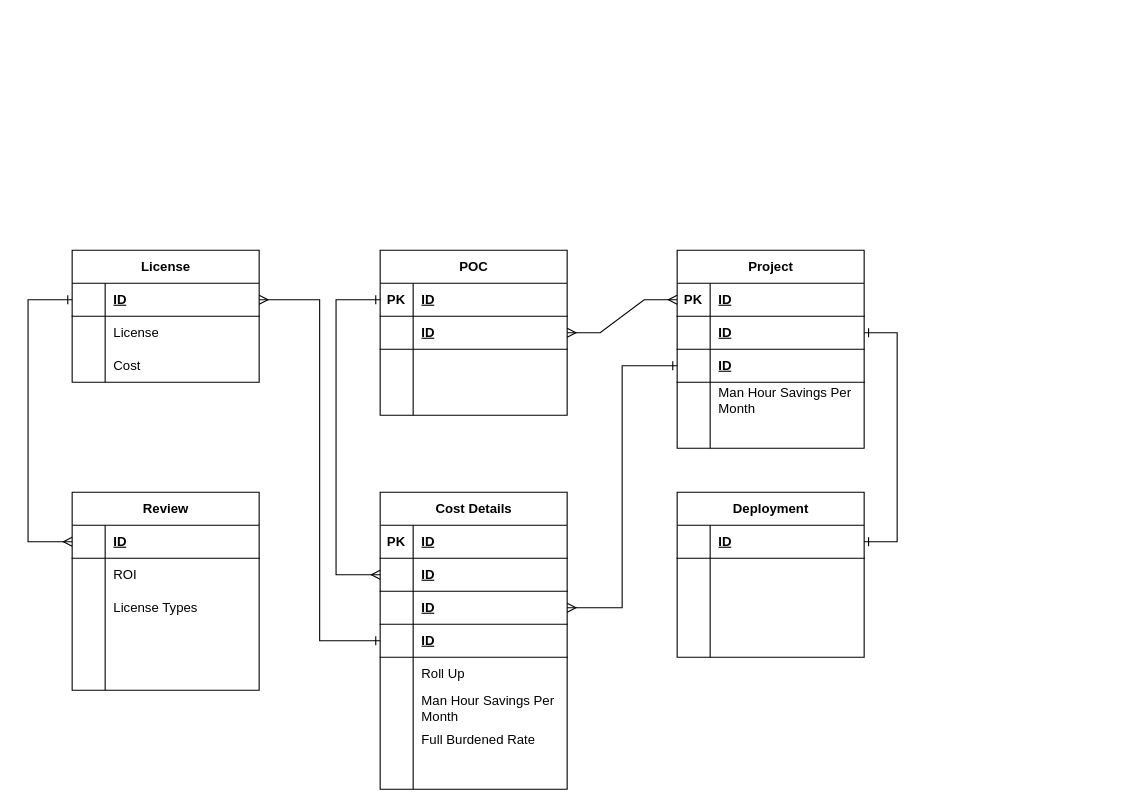
Before: page "Option-3" (3 of 4) of erd-projint-01.drawio in josjreyes/ProjectIntake, a draw.io diagram. Source tidied: cells renumbered, new cells numbered last; positions are measured from the earlier drawing's top-left corner, leaving out a move shared by most shapes. Both pictures are drawn from the tidied source at 110%, with x=0, y=0 at pixel (28, 250).
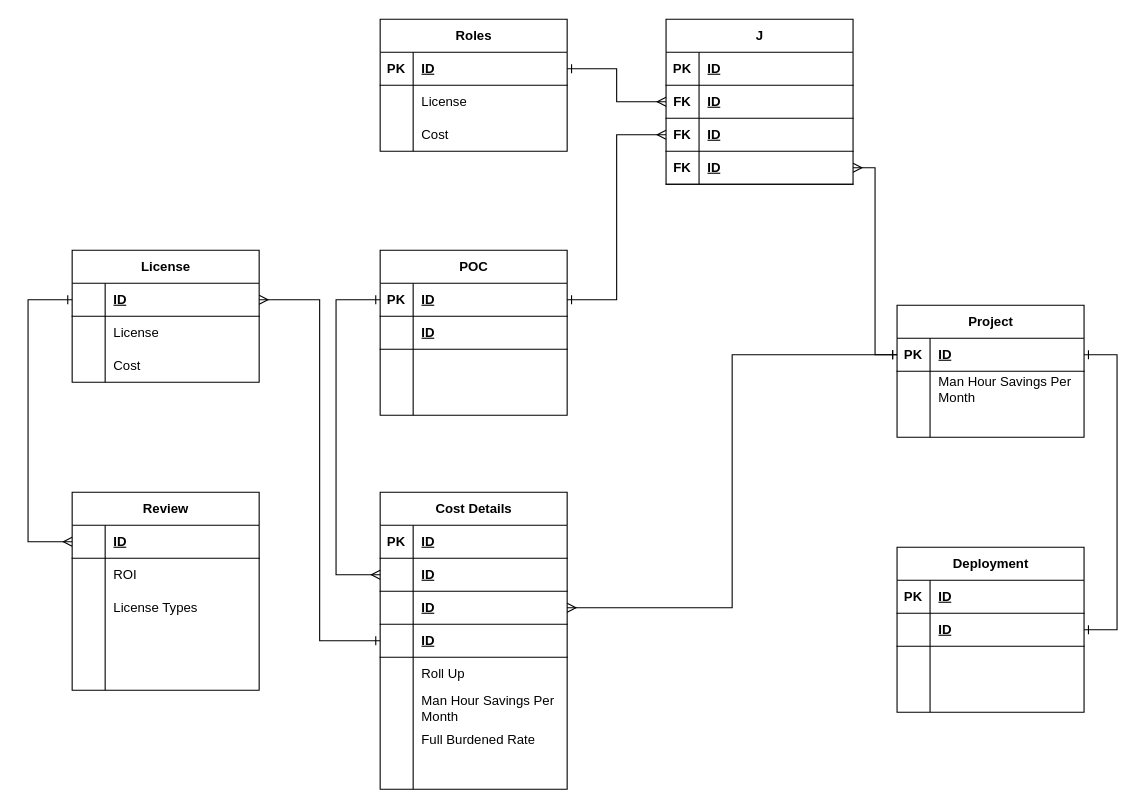
After the change.

Unchanged cells that the change refers to:
```xml
<mxCell id="3" style="shape=tableRow;horizontal=0;startSize=0;swimlaneHead=0;swimlaneBody=0;fillColor=none;points=[[0,0.5],[1,0.5]];portConstraint=eastwest;top=0;left=0;right=0;bottom=1;" parent="2" vertex="1">
  <mxGeometry y="30" width="170" height="30" as="geometry" />
</mxCell>
<mxCell id="36" style="shape=tableRow;horizontal=0;startSize=0;swimlaneHead=0;swimlaneBody=0;fillColor=none;points=[[0,0.5],[1,0.5]];portConstraint=eastwest;top=0;left=0;right=0;bottom=1;" parent="29" vertex="1">
  <mxGeometry y="90" width="170" height="30" as="geometry" />
</mxCell>
<mxCell id="55" style="shape=tableRow;horizontal=0;startSize=0;swimlaneHead=0;swimlaneBody=0;fillColor=none;points=[[0,0.5],[1,0.5]];portConstraint=eastwest;top=0;left=0;right=0;bottom=1;" parent="54" vertex="1">
  <mxGeometry y="30" width="170" height="30" as="geometry" />
</mxCell>
<mxCell id="58" style="shape=tableRow;horizontal=0;startSize=0;swimlaneHead=0;swimlaneBody=0;fillColor=none;points=[[0,0.5],[1,0.5]];portConstraint=eastwest;top=0;left=0;right=0;bottom=1;" parent="54" vertex="1">
  <mxGeometry y="60" width="170" height="30" as="geometry" />
</mxCell>
```

The edit, as a diff of the source:
```diff
@@
     <mxCell id="2" value="Project" style="shape=table;startSize=30;childLayout=tableLayout;rowLines=0;fontStyle=1;align=center;html=1;" parent="1" vertex="1">
-      <mxGeometry x="590.1" width="170" height="180" as="geometry" />
+      <mxGeometry x="790" y="50" width="170" height="120" as="geometry" />
     </mxCell>
@@
-    <mxCell id="6" style="shape=tableRow;horizontal=0;startSize=0;swimlaneHead=0;swimlaneBody=0;fillColor=none;points=[[0,0.5],[1,0.5]];portConstraint=eastwest;top=0;left=0;right=0;bottom=1;" parent="2" vertex="1">
-      <mxGeometry y="60" width="170" height="30" as="geometry" />
-    </mxCell>
-    <mxCell id="7" style="shape=partialRectangle;fillColor=none;top=0;left=0;bottom=0;right=0;fontStyle=1;overflow=hidden;whiteSpace=wrap;html=1;" parent="6" vertex="1">
-      <mxGeometry width="30" height="30" as="geometry" />
-    </mxCell>
-    <mxCell id="8" value="ID" style="shape=partialRectangle;fillColor=none;top=0;left=0;bottom=0;right=0;align=left;spacingLeft=6;fontStyle=5;overflow=hidden;whiteSpace=wrap;html=1;" parent="6" vertex="1">
-      <mxGeometry x="30" width="140" height="30" as="geometry" />
-    </mxCell>
-    <mxCell id="9" style="shape=tableRow;horizontal=0;startSize=0;swimlaneHead=0;swimlaneBody=0;fillColor=none;points=[[0,0.5],[1,0.5]];portConstraint=eastwest;top=0;left=0;right=0;bottom=1;" parent="2" vertex="1">
-      <mxGeometry y="90" width="170" height="30" as="geometry" />
-    </mxCell>
-    <mxCell id="10" style="shape=partialRectangle;fillColor=none;top=0;left=0;bottom=0;right=0;fontStyle=1;overflow=hidden;whiteSpace=wrap;html=1;" parent="9" vertex="1">
-      <mxGeometry width="30" height="30" as="geometry" />
-    </mxCell>
-    <mxCell id="11" value="ID" style="shape=partialRectangle;fillColor=none;top=0;left=0;bottom=0;right=0;align=left;spacingLeft=6;fontStyle=5;overflow=hidden;whiteSpace=wrap;html=1;" parent="9" vertex="1">
-      <mxGeometry x="30" width="140" height="30" as="geometry" />
-    </mxCell>
     <mxCell id="12" style="shape=tableRow;horizontal=0;startSize=0;swimlaneHead=0;swimlaneBody=0;fillColor=none;top=0;left=0;right=0;bottom=0;" parent="2" vertex="1">
-      <mxGeometry y="120" width="170" height="30" as="geometry" />
+      <mxGeometry y="60" width="170" height="30" as="geometry" />
     </mxCell>
@@
     <mxCell id="15" style="shape=tableRow;horizontal=0;startSize=0;swimlaneHead=0;swimlaneBody=0;fillColor=none;top=0;left=0;right=0;bottom=0;" parent="2" vertex="1">
-      <mxGeometry y="150" width="170" height="30" as="geometry" />
+      <mxGeometry y="90" width="170" height="30" as="geometry" />
     </mxCell>
@@
-    <mxCell id="18" style="edgeStyle=entityRelationEdgeStyle;fontSize=12;html=1;endArrow=ERmany;rounded=0;exitX=0;exitY=0.5;exitDx=0;exitDy=0;startArrow=ERmany;startFill=0;entryX=1;entryY=0.5;entryDx=0;entryDy=0;" parent="1" edge="1" source="3" target="58">
-      <mxGeometry relative="1" as="geometry" />
-    </mxCell>
@@
-    <mxCell id="67" style="edgeStyle=entityRelationEdgeStyle;fontSize=12;html=1;endArrow=ERone;startArrow=ERone;rounded=0;entryX=1;entryY=0.5;entryDx=0;entryDy=0;startFill=0;endFill=0;exitX=1;exitY=0.5;exitDx=0;exitDy=0;" parent="1" edge="1" source="69" target="6">
+    <mxCell id="67" style="edgeStyle=entityRelationEdgeStyle;fontSize=12;html=1;endArrow=ERone;startArrow=ERone;rounded=0;entryX=1;entryY=0.5;entryDx=0;entryDy=0;startFill=0;endFill=0;exitX=1;exitY=0.5;exitDx=0;exitDy=0;" parent="1" edge="1" source="69" target="3">
       <mxGeometry relative="1" as="geometry">
         <Array as="points">
-          <mxPoint x="680" y="775" />
-          <mxPoint x="430.1" y="270" />
-          <mxPoint x="670" y="775" />
+          <mxPoint x="879.9" y="825" />
+          <mxPoint x="630" y="320" />
+          <mxPoint x="869.9" y="825" />
         </Array>
       </mxGeometry>
     </mxCell>
     <mxCell id="68" value="Deployment" style="shape=table;startSize=30;childLayout=tableLayout;rowLines=0;fontStyle=1;align=center;html=1;" parent="1" vertex="1">
-      <mxGeometry x="590.1" y="220" width="170" height="150" as="geometry" />
+      <mxGeometry x="790" y="270" width="170" height="150" as="geometry" />
     </mxCell>
+    <mxCell id="101" style="shape=tableRow;horizontal=0;startSize=0;swimlaneHead=0;swimlaneBody=0;fillColor=none;top=0;left=0;right=0;bottom=1;" parent="68" vertex="1">
+      <mxGeometry y="30" width="170" height="30" as="geometry" />
+    </mxCell>
+    <mxCell id="102" value="PK" style="shape=partialRectangle;fillColor=none;top=0;left=0;bottom=0;right=0;fontStyle=1;overflow=hidden;whiteSpace=wrap;html=1;" parent="101" vertex="1">
+      <mxGeometry width="30" height="30" as="geometry" />
+    </mxCell>
+    <mxCell id="103" value="ID" style="shape=partialRectangle;fillColor=none;top=0;left=0;bottom=0;right=0;align=left;spacingLeft=6;fontStyle=5;overflow=hidden;whiteSpace=wrap;html=1;" parent="101" vertex="1">
+      <mxGeometry x="30" width="140" height="30" as="geometry" />
+    </mxCell>
     <mxCell id="69" style="shape=tableRow;horizontal=0;startSize=0;swimlaneHead=0;swimlaneBody=0;fillColor=none;points=[[0,0.5],[1,0.5]];portConstraint=eastwest;top=0;left=0;right=0;bottom=1;" parent="68" vertex="1">
-      <mxGeometry y="30" width="170" height="30" as="geometry" />
+      <mxGeometry y="60" width="170" height="30" as="geometry" />
     </mxCell>
@@
     <mxCell id="72" style="shape=tableRow;horizontal=0;startSize=0;swimlaneHead=0;swimlaneBody=0;fillColor=none;top=0;left=0;right=0;bottom=0;" parent="68" vertex="1">
-      <mxGeometry y="60" width="170" height="30" as="geometry" />
+      <mxGeometry y="90" width="170" height="30" as="geometry" />
     </mxCell>
@@
     <mxCell id="75" style="shape=tableRow;horizontal=0;startSize=0;swimlaneHead=0;swimlaneBody=0;fillColor=none;top=0;left=0;right=0;bottom=0;" parent="68" vertex="1">
-      <mxGeometry y="90" width="170" height="30" as="geometry" />
+      <mxGeometry y="120" width="170" height="30" as="geometry" />
     </mxCell>
@@
-    <mxCell id="78" style="shape=tableRow;horizontal=0;startSize=0;swimlaneHead=0;swimlaneBody=0;fillColor=none;top=0;left=0;right=0;bottom=0;" parent="68" vertex="1">
-      <mxGeometry y="120" width="170" height="30" as="geometry" />
-    </mxCell>
-    <mxCell id="79" style="shape=partialRectangle;fillColor=none;top=0;left=0;bottom=0;right=0;overflow=hidden;whiteSpace=wrap;html=1;" parent="78" vertex="1">
-      <mxGeometry width="30" height="30" as="geometry" />
-    </mxCell>
-    <mxCell id="80" style="shape=partialRectangle;fillColor=none;top=0;left=0;bottom=0;right=0;align=left;spacingLeft=6;overflow=hidden;whiteSpace=wrap;html=1;" parent="78" vertex="1">
-      <mxGeometry x="30" width="140" height="30" as="geometry" />
-    </mxCell>
-    <mxCell id="81" style="edgeStyle=orthogonalEdgeStyle;rounded=0;jettySize=auto;html=1;exitX=1;exitY=0.5;exitDx=0;exitDy=0;entryX=0;entryY=0.5;entryDx=0;entryDy=0;endArrow=ERone;endFill=0;startArrow=ERmany;startFill=0;" parent="1" edge="1" source="36" target="9">
+    <mxCell id="81" style="edgeStyle=orthogonalEdgeStyle;rounded=0;jettySize=auto;html=1;exitX=1;exitY=0.5;exitDx=0;exitDy=0;entryX=0;entryY=0.5;entryDx=0;entryDy=0;endArrow=ERone;endFill=0;startArrow=ERmany;startFill=0;" parent="1" edge="1" source="36" target="3">
       <mxGeometry relative="1" as="geometry" />
     </mxCell>
@@
+    <mxCell id="104" value="Roles" style="shape=table;startSize=30;childLayout=tableLayout;rowLines=0;fontStyle=1;align=center;html=1;" parent="1" vertex="1">
+      <mxGeometry x="320.1" y="-210" width="170" height="120" as="geometry" />
+    </mxCell>
+    <mxCell id="105" style="shape=tableRow;horizontal=0;startSize=0;swimlaneHead=0;swimlaneBody=0;fillColor=none;points=[[0,0.5],[1,0.5]];portConstraint=eastwest;top=0;left=0;right=0;bottom=1;" parent="104" vertex="1">
+      <mxGeometry y="30" width="170" height="30" as="geometry" />
+    </mxCell>
+    <mxCell id="106" value="PK" style="shape=partialRectangle;fillColor=none;top=0;left=0;bottom=0;right=0;fontStyle=1;overflow=hidden;whiteSpace=wrap;html=1;" parent="105" vertex="1">
+      <mxGeometry width="30" height="30" as="geometry" />
+    </mxCell>
+    <mxCell id="107" value="ID" style="shape=partialRectangle;fillColor=none;top=0;left=0;bottom=0;right=0;align=left;spacingLeft=6;fontStyle=5;overflow=hidden;whiteSpace=wrap;html=1;" parent="105" vertex="1">
+      <mxGeometry x="30" width="140" height="30" as="geometry" />
+    </mxCell>
+    <mxCell id="108" style="shape=tableRow;horizontal=0;startSize=0;swimlaneHead=0;swimlaneBody=0;fillColor=none;top=0;left=0;right=0;bottom=0;" parent="104" vertex="1">
+      <mxGeometry y="60" width="170" height="30" as="geometry" />
+    </mxCell>
+    <mxCell id="109" style="shape=partialRectangle;fillColor=none;top=0;left=0;bottom=0;right=0;overflow=hidden;whiteSpace=wrap;html=1;" parent="108" vertex="1">
+      <mxGeometry width="30" height="30" as="geometry" />
+    </mxCell>
+    <mxCell id="110" value="License" style="shape=partialRectangle;fillColor=none;top=0;left=0;bottom=0;right=0;align=left;spacingLeft=6;overflow=hidden;whiteSpace=wrap;html=1;" parent="108" vertex="1">
+      <mxGeometry x="30" width="140" height="30" as="geometry" />
+    </mxCell>
+    <mxCell id="111" style="shape=tableRow;horizontal=0;startSize=0;swimlaneHead=0;swimlaneBody=0;fillColor=none;top=0;left=0;right=0;bottom=0;" parent="104" vertex="1">
+      <mxGeometry y="90" width="170" height="30" as="geometry" />
+    </mxCell>
+    <mxCell id="112" style="shape=partialRectangle;fillColor=none;top=0;left=0;bottom=0;right=0;overflow=hidden;whiteSpace=wrap;html=1;" parent="111" vertex="1">
+      <mxGeometry width="30" height="30" as="geometry" />
+    </mxCell>
+    <mxCell id="113" value="Cost" style="shape=partialRectangle;fillColor=none;top=0;left=0;bottom=0;right=0;align=left;spacingLeft=6;overflow=hidden;whiteSpace=wrap;html=1;" parent="111" vertex="1">
+      <mxGeometry x="30" width="140" height="30" as="geometry" />
+    </mxCell>
+    <mxCell id="114" value="J" style="shape=table;startSize=30;childLayout=tableLayout;rowLines=0;fontStyle=1;align=center;html=1;" parent="1" vertex="1">
+      <mxGeometry x="580" y="-210" width="170" height="150" as="geometry" />
+    </mxCell>
+    <mxCell id="115" style="shape=tableRow;horizontal=0;startSize=0;swimlaneHead=0;swimlaneBody=0;fillColor=none;top=0;left=0;right=0;bottom=1;" parent="114" vertex="1">
+      <mxGeometry y="30" width="170" height="30" as="geometry" />
+    </mxCell>
+    <mxCell id="116" value="PK" style="shape=partialRectangle;fillColor=none;top=0;left=0;bottom=0;right=0;fontStyle=1;overflow=hidden;whiteSpace=wrap;html=1;" parent="115" vertex="1">
+      <mxGeometry width="30" height="30" as="geometry" />
+    </mxCell>
+    <mxCell id="117" value="ID" style="shape=partialRectangle;fillColor=none;top=0;left=0;bottom=0;right=0;align=left;spacingLeft=6;fontStyle=5;overflow=hidden;whiteSpace=wrap;html=1;" parent="115" vertex="1">
+      <mxGeometry x="30" width="140" height="30" as="geometry" />
+    </mxCell>
+    <mxCell id="6" style="shape=tableRow;horizontal=0;startSize=0;swimlaneHead=0;swimlaneBody=0;fillColor=none;points=[[0,0.5],[1,0.5]];portConstraint=eastwest;top=0;left=0;right=0;bottom=1;" parent="114" vertex="1">
+      <mxGeometry y="60" width="170" height="30" as="geometry" />
+    </mxCell>
+    <mxCell id="118" value="FK" style="shape=partialRectangle;fillColor=none;top=0;left=0;bottom=0;right=0;fontStyle=1;overflow=hidden;whiteSpace=wrap;html=1;" parent="6" vertex="1">
+      <mxGeometry width="30" height="30" as="geometry" />
+    </mxCell>
+    <mxCell id="119" value="ID" style="shape=partialRectangle;fillColor=none;top=0;left=0;bottom=0;right=0;align=left;spacingLeft=6;fontStyle=5;overflow=hidden;whiteSpace=wrap;html=1;" parent="6" vertex="1">
+      <mxGeometry x="30" width="140" height="30" as="geometry" />
+    </mxCell>
+    <mxCell id="9" style="shape=tableRow;horizontal=0;startSize=0;swimlaneHead=0;swimlaneBody=0;fillColor=none;points=[[0,0.5],[1,0.5]];portConstraint=eastwest;top=0;left=0;right=0;bottom=1;" parent="114" vertex="1">
+      <mxGeometry y="90" width="170" height="30" as="geometry" />
+    </mxCell>
+    <mxCell id="120" value="FK" style="shape=partialRectangle;fillColor=none;top=0;left=0;bottom=0;right=0;fontStyle=1;overflow=hidden;whiteSpace=wrap;html=1;" parent="9" vertex="1">
+      <mxGeometry width="30" height="30" as="geometry" />
+    </mxCell>
+    <mxCell id="121" value="ID" style="shape=partialRectangle;fillColor=none;top=0;left=0;bottom=0;right=0;align=left;spacingLeft=6;fontStyle=5;overflow=hidden;whiteSpace=wrap;html=1;" parent="9" vertex="1">
+      <mxGeometry x="30" width="140" height="30" as="geometry" />
+    </mxCell>
+    <mxCell id="122" style="shape=tableRow;horizontal=0;startSize=0;swimlaneHead=0;swimlaneBody=0;fillColor=none;points=[[0,0.5],[1,0.5]];portConstraint=eastwest;top=0;left=0;right=0;bottom=1;" parent="114" vertex="1">
+      <mxGeometry y="120" width="170" height="30" as="geometry" />
+    </mxCell>
+    <mxCell id="123" value="FK" style="shape=partialRectangle;fillColor=none;top=0;left=0;bottom=0;right=0;fontStyle=1;overflow=hidden;whiteSpace=wrap;html=1;" parent="122" vertex="1">
+      <mxGeometry width="30" height="30" as="geometry" />
+    </mxCell>
+    <mxCell id="124" value="ID" style="shape=partialRectangle;fillColor=none;top=0;left=0;bottom=0;right=0;align=left;spacingLeft=6;fontStyle=5;overflow=hidden;whiteSpace=wrap;html=1;" parent="122" vertex="1">
+      <mxGeometry x="30" width="140" height="30" as="geometry" />
+    </mxCell>
+    <mxCell id="125" style="edgeStyle=orthogonalEdgeStyle;rounded=0;jettySize=auto;html=1;startArrow=ERmany;startFill=0;endArrow=ERone;endFill=0;exitX=0;exitY=0.5;exitDx=0;exitDy=0;" parent="1" edge="1" source="9" target="55">
+      <mxGeometry relative="1" as="geometry" />
+    </mxCell>
+    <mxCell id="126" style="edgeStyle=orthogonalEdgeStyle;rounded=0;jettySize=auto;html=1;startArrow=ERone;startFill=0;endArrow=ERmany;endFill=0;shadow=0;entryX=1;entryY=0.5;entryDx=0;entryDy=0;" parent="1" edge="1" source="3" target="122">
+      <mxGeometry relative="1" as="geometry" />
+    </mxCell>
+    <mxCell id="127" style="edgeStyle=orthogonalEdgeStyle;rounded=0;jettySize=auto;html=1;startArrow=ERmany;startFill=0;endArrow=ERone;endFill=0;exitX=0;exitY=0.5;exitDx=0;exitDy=0;" parent="1" edge="1" source="6" target="105">
+      <mxGeometry relative="1" as="geometry" />
+    </mxCell>
```
